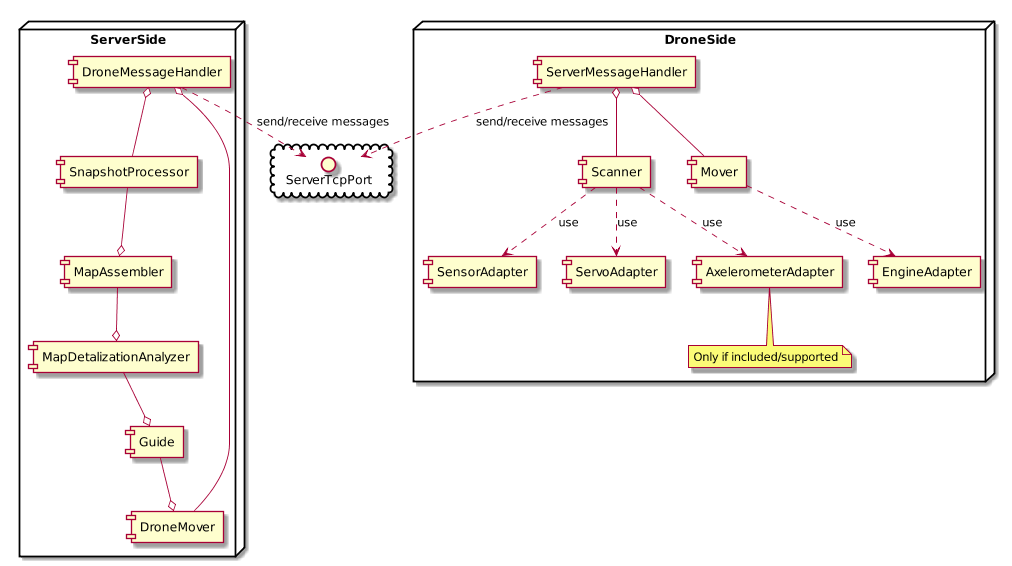
The PlantUML diagram docs/components_view/components.png in Kozoriz/TrashProjects, before a commit.
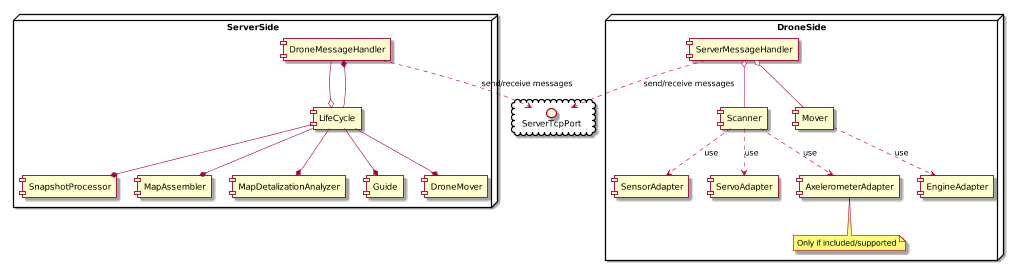
Above is the later version.

The edit, as a diff of the source:
```diff
@@ -14,13 +14,15 @@
 	[MapDetalizationAnalyzer] as MDA
 	[Guide] as G
 	[DroneMover] as DM
+	[LifeCycle] as LC
 
-	SP -up-o DMH
-	SP --o MA
-	MA --o MDA
-	MDA --o G
-	G --o DM
-	DM -up-o DMH
+	LC --* DMH
+	DMH --o LC
+	LC --* SP
+	LC --* MA
+	LC --* MDA
+	LC --* G
+	LC --* DM
 }
 
 node DroneSide {
```
